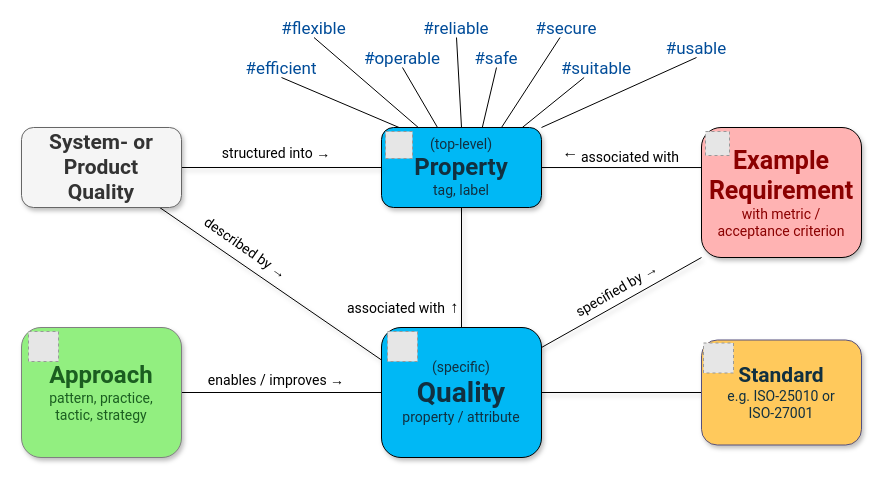
Before: page "Q42 Meta Model" (1 of 2) of originals/metamodel/q42-metamodel.drawio in arc42/quality.arc42.org-site, a draw.io diagram. Source tidied: cells renumbered, new cells numbered last; positions are measured from the earlier drawing's top-left corner, leaving out a move shared by most shapes. Both pictures are drawn from the tidied source at 100%, with x=0, y=0 at pixel (21, 17). Pictures stored in the file or linked from it are replaced by grey dashed boxes.
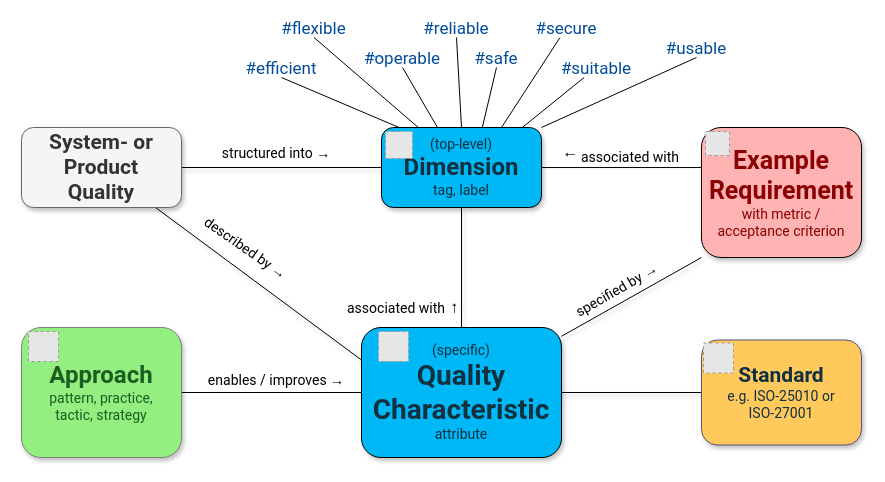
After the change.

Diff of the diagram source:
```diff
@@
-    <mxCell id="3" value="&lt;font style=&quot;font-size: 14px;&quot;&gt;(top-level)&lt;/font&gt;&lt;div&gt;&lt;font style=&quot;font-size: 24px;&quot;&gt;&lt;b&gt;Property&lt;/b&gt;&lt;/font&gt;&lt;/div&gt;&lt;div&gt;&lt;font style=&quot;font-size: 14px;&quot;&gt;tag, label&lt;/font&gt;&lt;/div&gt;" style="rounded=1;whiteSpace=wrap;html=1;fillColor=light-dark(#00B8F5,#EDEDED);fontFamily=Roboto;shadow=1;points=[[0,0,0,0,0],[0,0.5,0,0,0],[0,1,0,0,0],[0.11,0,0,0,0],[0.23,0,0,0,0],[0.25,1,0,0,0],[0.35,0,0,0,0],[0.5,0,0,0,0],[0.5,1,0,0,0],[0.63,0,0,0,0],[0.75,0,0,0,0],[0.75,1,0,0,0],[0.88,0,0,0,0],[1,0,0,0,0],[1,0.5,0,0,0],[1,1,0,0,0]];fontColor=#113040;" parent="1" vertex="1">
+    <mxCell id="3" value="&lt;font style=&quot;font-size: 14px;&quot;&gt;(top-level)&lt;/font&gt;&lt;div&gt;&lt;font style=&quot;font-size: 24px;&quot;&gt;&lt;b&gt;Dimension&lt;/b&gt;&lt;/font&gt;&lt;/div&gt;&lt;div&gt;&lt;font style=&quot;font-size: 14px;&quot;&gt;tag, label&lt;/font&gt;&lt;/div&gt;" style="rounded=1;whiteSpace=wrap;html=1;fillColor=light-dark(#00B8F5,#EDEDED);fontFamily=Roboto;shadow=1;points=[[0,0,0,0,0],[0,0.5,0,0,0],[0,1,0,0,0],[0.11,0,0,0,0],[0.23,0,0,0,0],[0.25,1,0,0,0],[0.35,0,0,0,0],[0.5,0,0,0,0],[0.5,1,0,0,0],[0.63,0,0,0,0],[0.75,0,0,0,0],[0.75,1,0,0,0],[0.88,0,0,0,0],[1,0,0,0,0],[1,0.5,0,0,0],[1,1,0,0,0]];fontColor=#113040;" parent="1" vertex="1">
       <mxGeometry x="360" y="110" width="160" height="80" as="geometry" />
     </mxCell>
@@
-    <mxCell id="31" value="&lt;div&gt;&lt;font style=&quot;font-size: 14px;&quot;&gt;(specific)&lt;/font&gt;&lt;/div&gt;&lt;font style=&quot;font-size: 28px;&quot;&gt;&lt;b style=&quot;&quot;&gt;Quality&lt;/b&gt;&lt;/font&gt;&lt;div&gt;&lt;font style=&quot;font-size: 14px;&quot;&gt;property / attribute&lt;/font&gt;&lt;/div&gt;" style="rounded=1;whiteSpace=wrap;html=1;fillColor=light-dark(#00B8F5,#EDEDED);fontFamily=Roboto;shadow=1;fontColor=#113040;" parent="1" vertex="1">
-      <mxGeometry x="360" y="310" width="160" height="130" as="geometry" />
+    <mxCell id="31" value="&lt;div&gt;&lt;font style=&quot;font-size: 14px;&quot;&gt;(specific)&lt;/font&gt;&lt;/div&gt;&lt;font style=&quot;font-size: 28px;&quot;&gt;&lt;b style=&quot;&quot;&gt;Quality&lt;br&gt;Characteristic&lt;br&gt;&lt;/b&gt;&lt;/font&gt;&lt;div&gt;&lt;font style=&quot;font-size: 14px;&quot;&gt;attribute&lt;/font&gt;&lt;/div&gt;" style="rounded=1;whiteSpace=wrap;html=1;fillColor=light-dark(#00B8F5,#EDEDED);fontFamily=Roboto;shadow=1;fontColor=#113040;" parent="1" vertex="1">
+      <mxGeometry x="340" y="310" width="200" height="130" as="geometry" />
     </mxCell>
@@
     <mxCell id="33" style="fillColor=#E6E6E6;strokeColor=#999999;dashed=1;verticalLabelPosition=bottom;verticalAlign=top;" parent="1" vertex="1">
-      <mxGeometry x="366" y="314" width="30" height="30" as="geometry" />
+      <mxGeometry x="357" y="314" width="30" height="30" as="geometry" />
     </mxCell>
```
